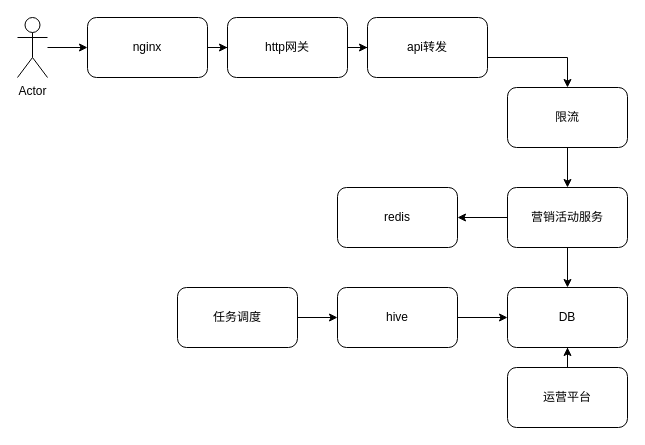
Before: page "第 6 页" (6 of 8) of 晋升.drawio in VilaNan/tsxxx.github.io, a draw.io diagram. Source tidied: cells renumbered, new cells numbered last; positions are measured from the earlier drawing's top-left corner, leaving out a move shared by most shapes. Both pictures are drawn from the tidied source at 100%, with x=0, y=0 at pixel (17, 17).
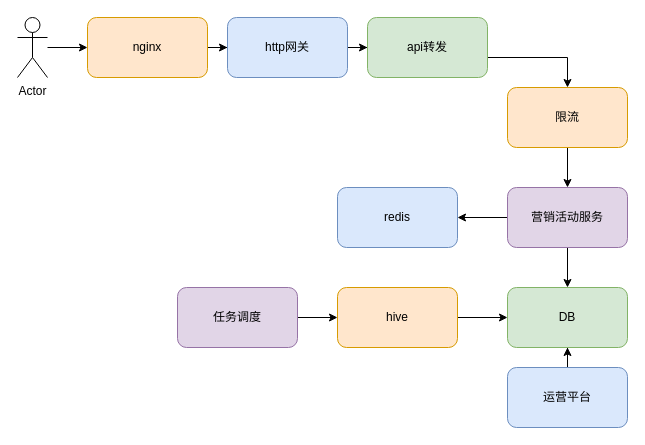
Above is the later version.

The edit, as a diff of the source:
```diff
@@
-    <mxCell id="3" value="nginx" style="rounded=1;whiteSpace=wrap;html=1;" parent="1" vertex="1">
+    <mxCell id="3" value="nginx" style="rounded=1;whiteSpace=wrap;html=1;fillColor=#ffe6cc;strokeColor=#d79b00;" parent="1" vertex="1">
       <mxGeometry x="70" width="120" height="60" as="geometry" />
     </mxCell>
@@
-    <mxCell id="7" value="http网关" style="rounded=1;whiteSpace=wrap;html=1;" parent="1" vertex="1">
+    <mxCell id="7" value="http网关" style="rounded=1;whiteSpace=wrap;html=1;fillColor=#dae8fc;strokeColor=#6c8ebf;" parent="1" vertex="1">
       <mxGeometry x="210" width="120" height="60" as="geometry" />
     </mxCell>
@@
-    <mxCell id="9" value="api转发" style="rounded=1;whiteSpace=wrap;html=1;" parent="1" vertex="1">
+    <mxCell id="9" value="api转发" style="rounded=1;whiteSpace=wrap;html=1;fillColor=#d5e8d4;strokeColor=#82b366;" parent="1" vertex="1">
       <mxGeometry x="350" width="120" height="60" as="geometry" />
     </mxCell>
@@
-    <mxCell id="11" value="限流" style="rounded=1;whiteSpace=wrap;html=1;" parent="1" vertex="1">
+    <mxCell id="11" value="限流" style="rounded=1;whiteSpace=wrap;html=1;fillColor=#ffe6cc;strokeColor=#d79b00;" parent="1" vertex="1">
       <mxGeometry x="490" y="70" width="120" height="60" as="geometry" />
     </mxCell>
@@
-    <mxCell id="14" value="营销活动服务" style="rounded=1;whiteSpace=wrap;html=1;" parent="1" vertex="1">
+    <mxCell id="14" value="营销活动服务" style="rounded=1;whiteSpace=wrap;html=1;fillColor=#e1d5e7;strokeColor=#9673a6;" parent="1" vertex="1">
       <mxGeometry x="490" y="170" width="120" height="60" as="geometry" />
     </mxCell>
-    <mxCell id="15" value="redis" style="rounded=1;whiteSpace=wrap;html=1;" parent="1" vertex="1">
+    <mxCell id="15" value="redis" style="rounded=1;whiteSpace=wrap;html=1;fillColor=#dae8fc;strokeColor=#6c8ebf;" parent="1" vertex="1">
       <mxGeometry x="320" y="170" width="120" height="60" as="geometry" />
     </mxCell>
@@
-    <mxCell id="17" value="hive" style="rounded=1;whiteSpace=wrap;html=1;" parent="1" vertex="1">
+    <mxCell id="17" value="hive" style="rounded=1;whiteSpace=wrap;html=1;fillColor=#ffe6cc;strokeColor=#d79b00;" parent="1" vertex="1">
       <mxGeometry x="320" y="270" width="120" height="60" as="geometry" />
     </mxCell>
@@
-    <mxCell id="19" value="运营平台" style="rounded=1;whiteSpace=wrap;html=1;" parent="1" vertex="1">
+    <mxCell id="19" value="运营平台" style="rounded=1;whiteSpace=wrap;html=1;fillColor=#dae8fc;strokeColor=#6c8ebf;" parent="1" vertex="1">
       <mxGeometry x="490" y="350" width="120" height="60" as="geometry" />
     </mxCell>
-    <mxCell id="20" value="DB" style="rounded=1;whiteSpace=wrap;html=1;" parent="1" vertex="1">
+    <mxCell id="20" value="DB" style="rounded=1;whiteSpace=wrap;html=1;fillColor=#d5e8d4;strokeColor=#82b366;" parent="1" vertex="1">
       <mxGeometry x="490" y="270" width="120" height="60" as="geometry" />
     </mxCell>
@@
-    <mxCell id="22" value="任务调度" style="rounded=1;whiteSpace=wrap;html=1;" parent="1" vertex="1">
+    <mxCell id="22" value="任务调度" style="rounded=1;whiteSpace=wrap;html=1;fillColor=#e1d5e7;strokeColor=#9673a6;" parent="1" vertex="1">
       <mxGeometry x="160" y="270" width="120" height="60" as="geometry" />
     </mxCell>
```
